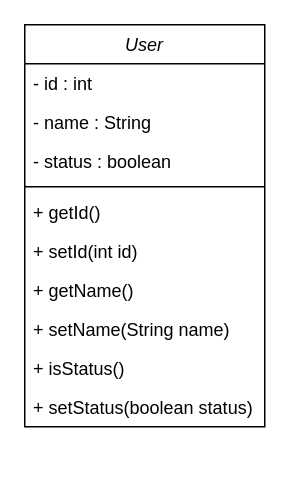
Maria-RD/Udemy-JavaCourse keeps this draw.io diagram as Fundamentos/Encapsulamiento/src/dominio/User.drawio. Above is the earlier version. Source tidied: cells renumbered, new cells numbered last; positions are measured from the earlier drawing's top-left corner, leaving out a move shared by most shapes. Both pictures are drawn from the tidied source at 150%, with x=0, y=0 at pixel (24, 24).
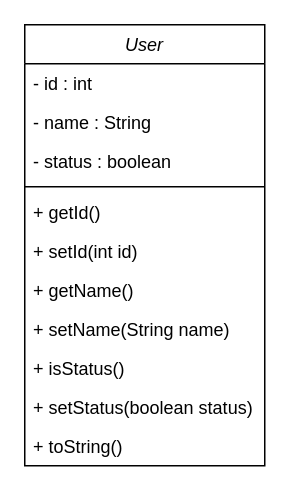
The same page after the edit.

Commit message (it also covers changes not shown here):
Adding toString() examples

The edit, as a diff of the source:
```diff
@@
 <mxGraphModel background="#ffffff">
   <root>
     <mxCell id="0" />
     <mxCell id="1" parent="0" />
     <mxCell id="2" value="User" style="swimlane;fontStyle=2;align=center;verticalAlign=top;horizontal=1;startSize=26;rounded=0;shadow=0;strokeWidth=1;" parent="1" vertex="1">
-      <mxGeometry width="160" height="268" as="geometry" />
+      <mxGeometry width="160" height="294" as="geometry" />
     </mxCell>
     <mxCell id="3" value="- id : int" style="text;align=left;verticalAlign=top;spacingLeft=4;spacingRight=4;overflow=hidden;" parent="2" vertex="1">
       <mxGeometry y="26" width="160" height="26" as="geometry" />
     </mxCell>
     <mxCell id="4" value="- name : String" style="text;align=left;verticalAlign=top;spacingLeft=4;spacingRight=4;overflow=hidden;rounded=0;shadow=0;html=0;" parent="2" vertex="1">
       <mxGeometry y="52" width="160" height="26" as="geometry" />
     </mxCell>
     <mxCell id="5" value="- status : boolean" style="text;align=left;verticalAlign=top;spacingLeft=4;spacingRight=4;overflow=hidden;rounded=0;shadow=0;html=0;" parent="2" vertex="1">
       <mxGeometry y="78" width="160" height="26" as="geometry" />
     </mxCell>
     <mxCell id="6" style="line;html=1;strokeWidth=1;align=left;verticalAlign=middle;spacingTop=-1;spacingLeft=3;spacingRight=3;labelPosition=right;" parent="2" vertex="1">
       <mxGeometry y="104" width="160" height="8" as="geometry" />
     </mxCell>
     <mxCell id="7" value="+ getId()" style="text;align=left;verticalAlign=top;spacingLeft=4;spacingRight=4;overflow=hidden;" parent="2" vertex="1">
       <mxGeometry y="112" width="160" height="26" as="geometry" />
     </mxCell>
     <mxCell id="8" value="+ setId(int id)" style="text;align=left;verticalAlign=top;spacingLeft=4;spacingRight=4;overflow=hidden;" parent="2" vertex="1">
       <mxGeometry y="138" width="160" height="26" as="geometry" />
     </mxCell>
     <mxCell id="9" value="+ getName()" style="text;align=left;verticalAlign=top;spacingLeft=4;spacingRight=4;overflow=hidden;" parent="2" vertex="1">
       <mxGeometry y="164" width="160" height="26" as="geometry" />
     </mxCell>
     <mxCell id="10" value="+ setName(String name)" style="text;align=left;verticalAlign=top;spacingLeft=4;spacingRight=4;overflow=hidden;" parent="2" vertex="1">
       <mxGeometry y="190" width="160" height="26" as="geometry" />
     </mxCell>
     <mxCell id="11" value="+ isStatus()" style="text;align=left;verticalAlign=top;spacingLeft=4;spacingRight=4;overflow=hidden;" parent="2" vertex="1">
       <mxGeometry y="216" width="160" height="26" as="geometry" />
     </mxCell>
+    <mxCell id="13" value="+ setStatus(boolean status)" style="text;align=left;verticalAlign=top;spacingLeft=4;spacingRight=4;overflow=hidden;" parent="2" vertex="1">
+      <mxGeometry y="242" width="160" height="26" as="geometry" />
+    </mxCell>
-    <mxCell id="12" value="+ setStatus(boolean status)" style="text;align=left;verticalAlign=top;spacingLeft=4;spacingRight=4;overflow=hidden;" parent="2" vertex="1">
-      <mxGeometry y="242" width="160" height="26" as="geometry" />
+    <mxCell id="12" value="+ toString()" style="text;align=left;verticalAlign=top;spacingLeft=4;spacingRight=4;overflow=hidden;" parent="2" vertex="1">
+      <mxGeometry y="268" width="160" height="26" as="geometry" />
     </mxCell>
   </root>
 </mxGraphModel>
```
